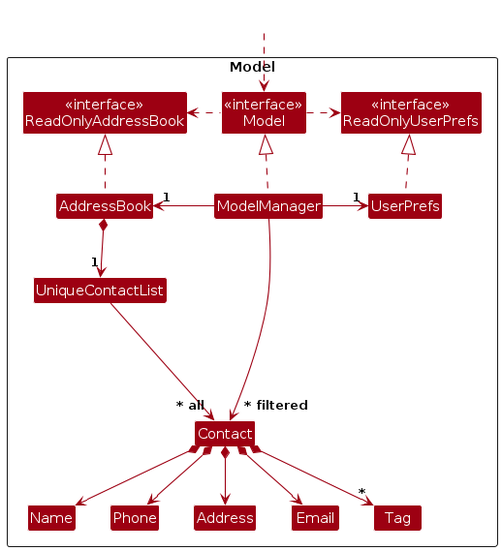
Earlier version of the PlantUML export diagrams/ModelClassDiagram.png (AY2526S1-CS2103T-T15-2/tp). Its source is kept beside it as diagrams/ModelClassDiagram.puml. Source of this version:
```plantuml
@startuml
!include style.puml
skinparam arrowThickness 1.1
skinparam arrowColor MODEL_COLOR
skinparam classBackgroundColor MODEL_COLOR

Package Model as ModelPackage <<Rectangle>>{
Class "<<interface>>\nReadOnlyAddressBook" as ReadOnlyAddressBook
Class "<<interface>>\nReadOnlyUserPrefs" as ReadOnlyUserPrefs
Class "<<interface>>\nModel" as Model
Class AddressBook
Class ModelManager
Class UserPrefs

Class UniqueContactList
Class Contact
Class Address
Class Email
Class Name
Class Phone
Class Tag

Class I #FFFFFF
}

Class HiddenOutside #FFFFFF
HiddenOutside ..> Model

AddressBook .up.|> ReadOnlyAddressBook

ModelManager .up.|> Model
Model .right.> ReadOnlyUserPrefs
Model .left.> ReadOnlyAddressBook
ModelManager -left-> "1" AddressBook
ModelManager -right-> "1" UserPrefs
UserPrefs .up.|> ReadOnlyUserPrefs

AddressBook *--> "1" UniqueContactList
UniqueContactList --> "~* all" Contact
Contact *--> Name
Contact *--> Phone
Contact *--> Email
Contact *--> Address
Contact *--> "*" Tag

Contact -[hidden]up--> I
UniqueContactList -[hidden]right-> I

Name -[hidden]right-> Phone
Phone -[hidden]right-> Address
Address -[hidden]right-> Email

ModelManager --> "~* filtered" Contact
@enduml
```
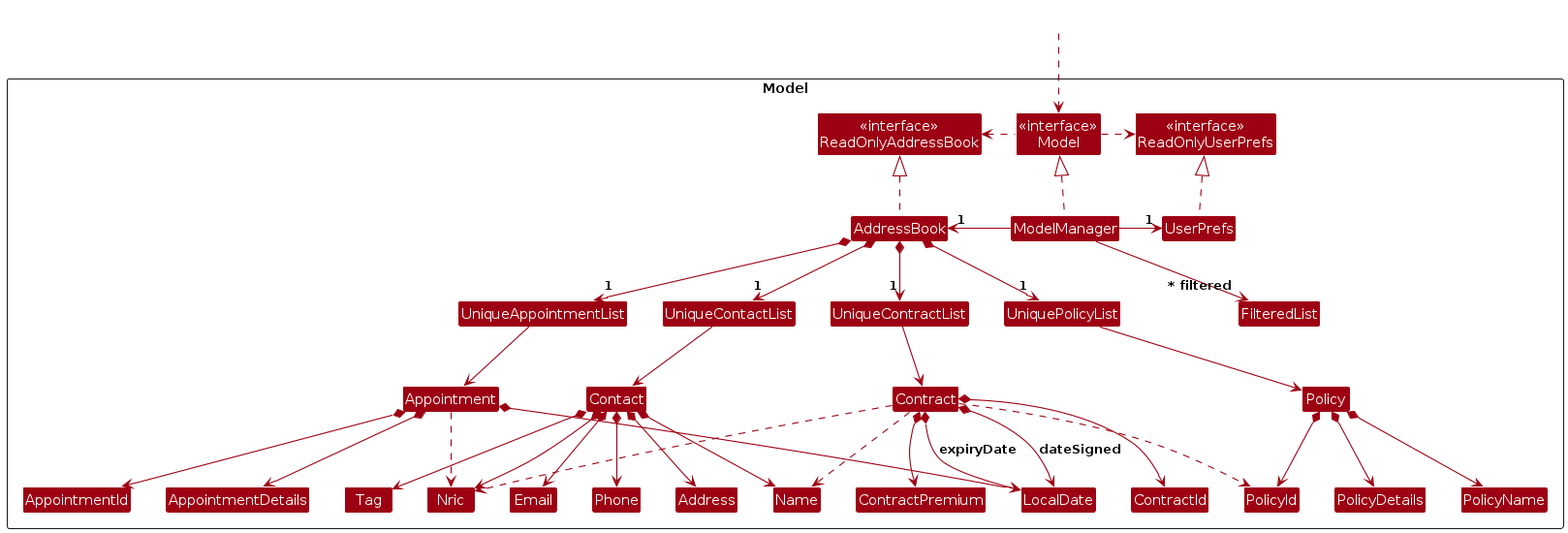
The same diagram one commit later.

What changed in the source:
```diff
@@ -11,14 +11,33 @@
 Class AddressBook
 Class ModelManager
 Class UserPrefs
+Class FilteredList
 
 Class UniqueContactList
 Class Contact
+Class Nric
+Class Name
+Class Email
+Class Phone
 Class Address
-Class Email
-Class Name
-Class Phone
 Class Tag
+
+Class UniquePolicyList
+Class Policy
+Class PolicyId
+Class PolicyName
+Class PolicyDetails
+
+Class UniqueContractList
+Class Contract
+Class ContractId
+Class ContractPremium
+Class LocalDate
+
+Class UniqueAppointmentList
+Class Appointment
+Class AppointmentDetails
+Class AppointmentId
 
 Class I #FFFFFF
 }
@@ -36,19 +55,42 @@
 UserPrefs .up.|> ReadOnlyUserPrefs
 
 AddressBook *--> "1" UniqueContactList
-UniqueContactList --> "~* all" Contact
+AddressBook *--> "1" UniqueAppointmentList
+AddressBook *--> "1" UniquePolicyList
+AddressBook *--> "1" UniqueContractList
+UniqueContactList --> Contact
+UniqueContractList --> Contract
+UniqueAppointmentList --> Appointment
+UniquePolicyList --> Policy
+
+UniqueContactList -[hidden]right-> I
+UniqueContractList -[hidden]right-> I
+UniquePolicyList -[hidden]right-> I
+UniqueAppointmentList -[hidden]right-> I
+
 Contact *--> Name
+Contact *--> Nric
 Contact *--> Phone
+Contact *--> Address
 Contact *--> Email
-Contact *--> Address
-Contact *--> "*" Tag
+Contact *--> Tag
 
-Contact -[hidden]up--> I
-UniqueContactList -[hidden]right-> I
+Contract *--> ContractId
+Contract ..> Name
+Contract ..> Nric
+Contract ..> PolicyId
+Contract *--> LocalDate:dateSigned
+Contract *--> LocalDate:expiryDate
+Contract *--> ContractPremium
 
-Name -[hidden]right-> Phone
-Phone -[hidden]right-> Address
-Address -[hidden]right-> Email
+Policy *--> PolicyName
+Policy *--> PolicyDetails
+Policy *--> PolicyId
 
-ModelManager --> "~* filtered" Contact
+Appointment ..> Nric
+Appointment *--> LocalDate
+Appointment *--> AppointmentDetails
+Appointment *--> AppointmentId
+
+ModelManager --> "~* filtered" FilteredList
 @enduml
```
